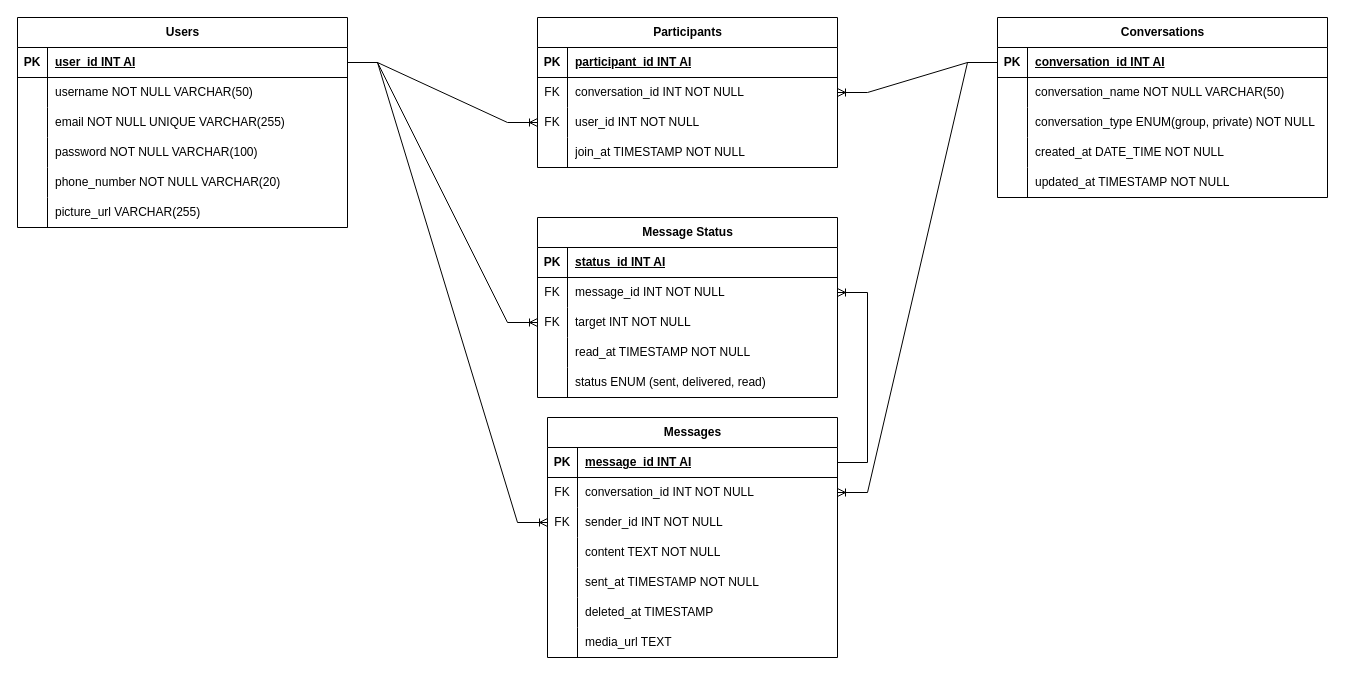
ysmnababan/naniApp keeps this draw.io diagram as system_design/drawIO.drawio. Above is the earlier version. Source tidied: cells renumbered, new cells numbered last; positions are measured from the earlier drawing's top-left corner, leaving out a move shared by most shapes. Both pictures are drawn from the tidied source at 100%, with x=0, y=0 at pixel (17, 17).
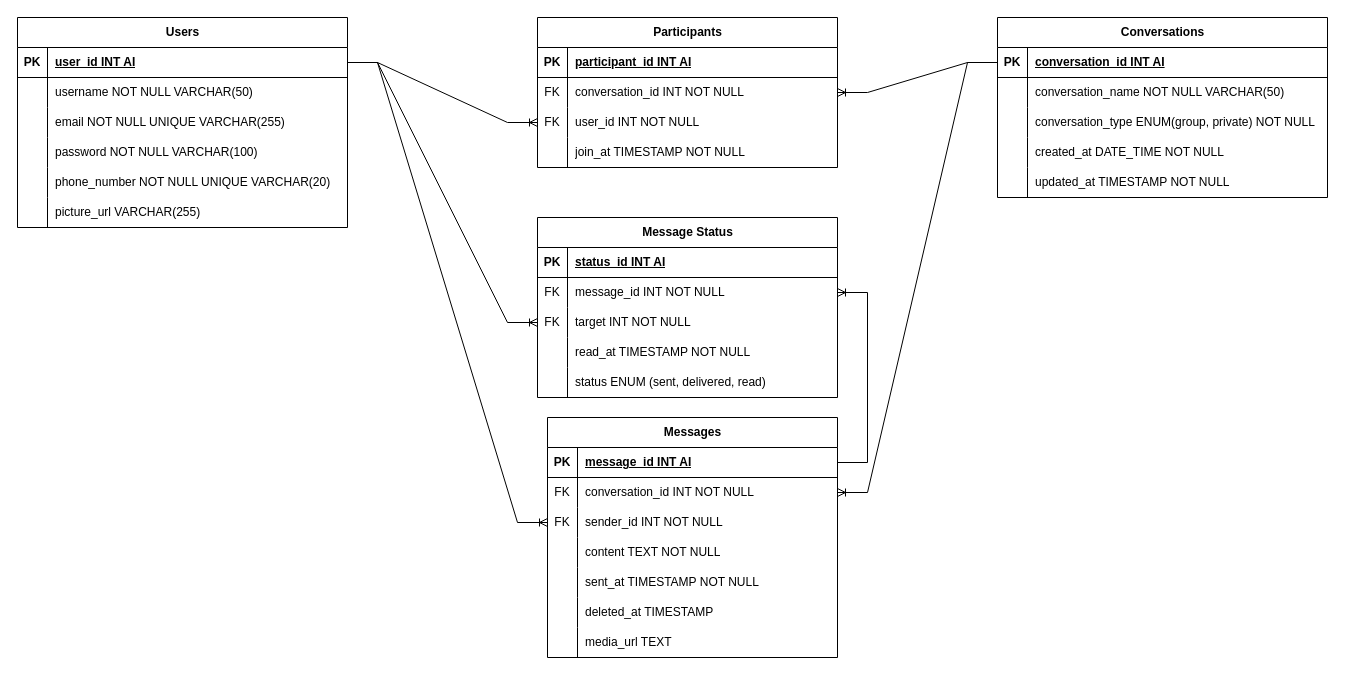
The same diagram, later.

The change refers to these unchanged cells:
```xml
<mxCell id="15" style="shape=tableRow;horizontal=0;startSize=0;swimlaneHead=0;swimlaneBody=0;fillColor=none;top=0;left=0;right=0;bottom=0;" parent="2" vertex="1">
  <mxGeometry y="150" width="330" height="30" as="geometry" />
</mxCell>
```

Change to the diagram source:
```diff
@@
-    <mxCell id="17" value="phone_number NOT NULL VARCHAR(20)" style="shape=partialRectangle;fillColor=none;top=0;left=0;bottom=0;right=0;align=left;spacingLeft=6;overflow=hidden;whiteSpace=wrap;html=1;" parent="15" vertex="1">
+    <mxCell id="17" value="phone_number NOT NULL UNIQUE VARCHAR(20)" style="shape=partialRectangle;fillColor=none;top=0;left=0;bottom=0;right=0;align=left;spacingLeft=6;overflow=hidden;whiteSpace=wrap;html=1;" parent="15" vertex="1">
       <mxGeometry x="30" width="300" height="30" as="geometry" />
     </mxCell>
```
